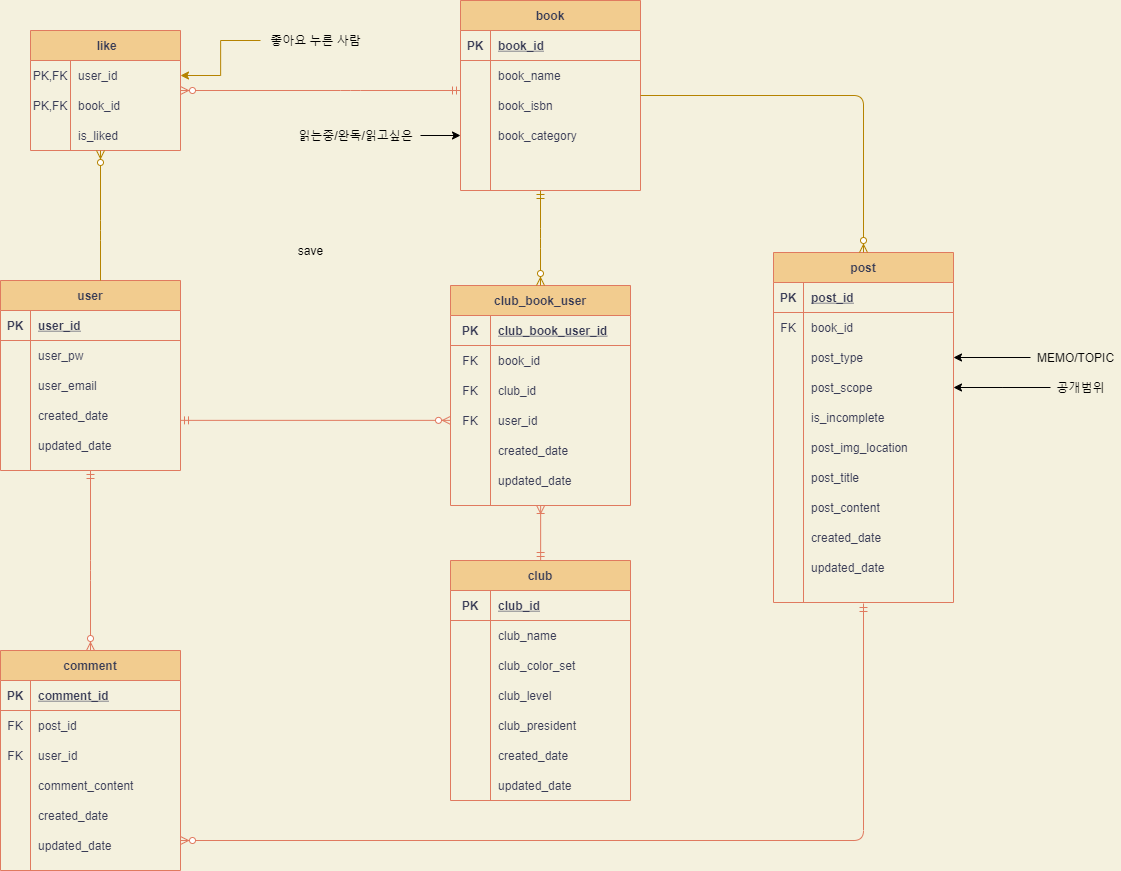
This is mangpoERD.png from CYC0227/mangpo-ERD, a draw.io export, as it was before one commit. Source tidied: cells renumbered, new cells last; positions are measured from the earlier drawing's top-left corner, leaving out a move shared by most shapes.
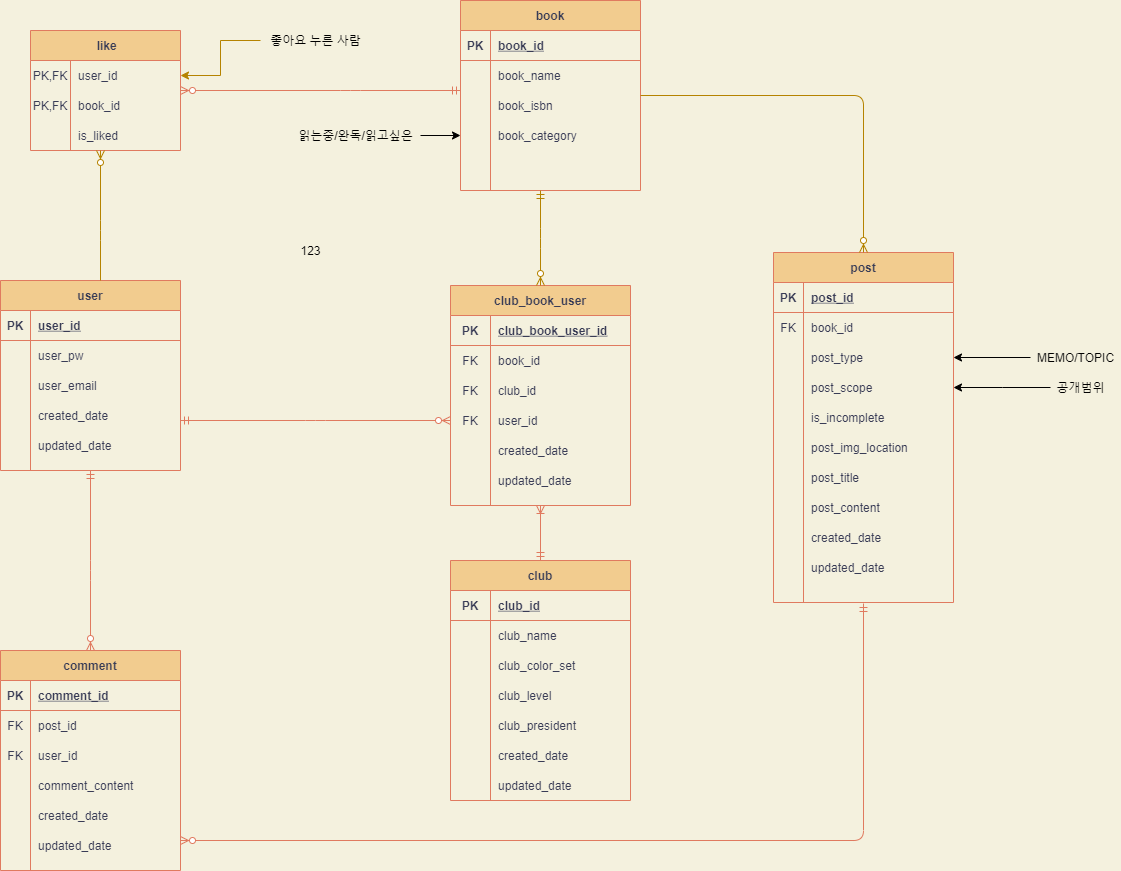
After the commit.

Change to the diagram source:
```diff
@@ -494,7 +494,7 @@
         </Array>
       </mxGeometry>
     </mxCell>
-    <mxCell id="154" value="save" style="text;html=1;align=center;verticalAlign=middle;strokeColor=none;" parent="1" vertex="1">
+    <mxCell id="154" value="123" style="text;html=1;align=center;verticalAlign=middle;strokeColor=none;" parent="1" vertex="1">
       <mxGeometry x="290" y="240" width="40" height="20" as="geometry" />
     </mxCell>
   </root>
```
